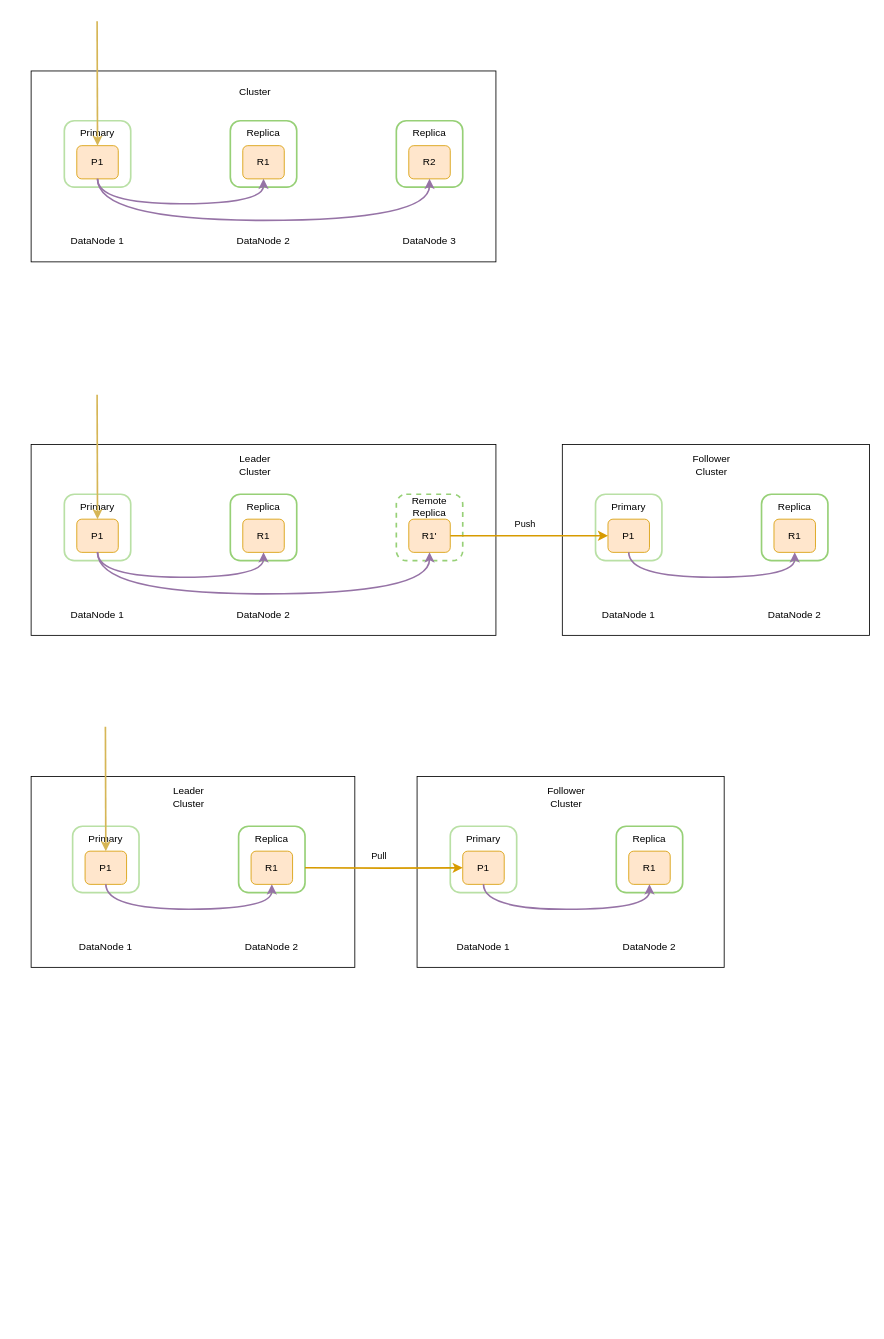
Earlier version of the draw.io diagram elasticsearch/raw/es_replicate1031.drawio (kingskipper/design). Source tidied: cells renumbered, new cells numbered last; positions are measured from the earlier drawing's top-left corner, leaving out a move shared by most shapes. Both pictures are drawn from the tidied source at 83%, with x=0, y=0 at pixel (31, 21).
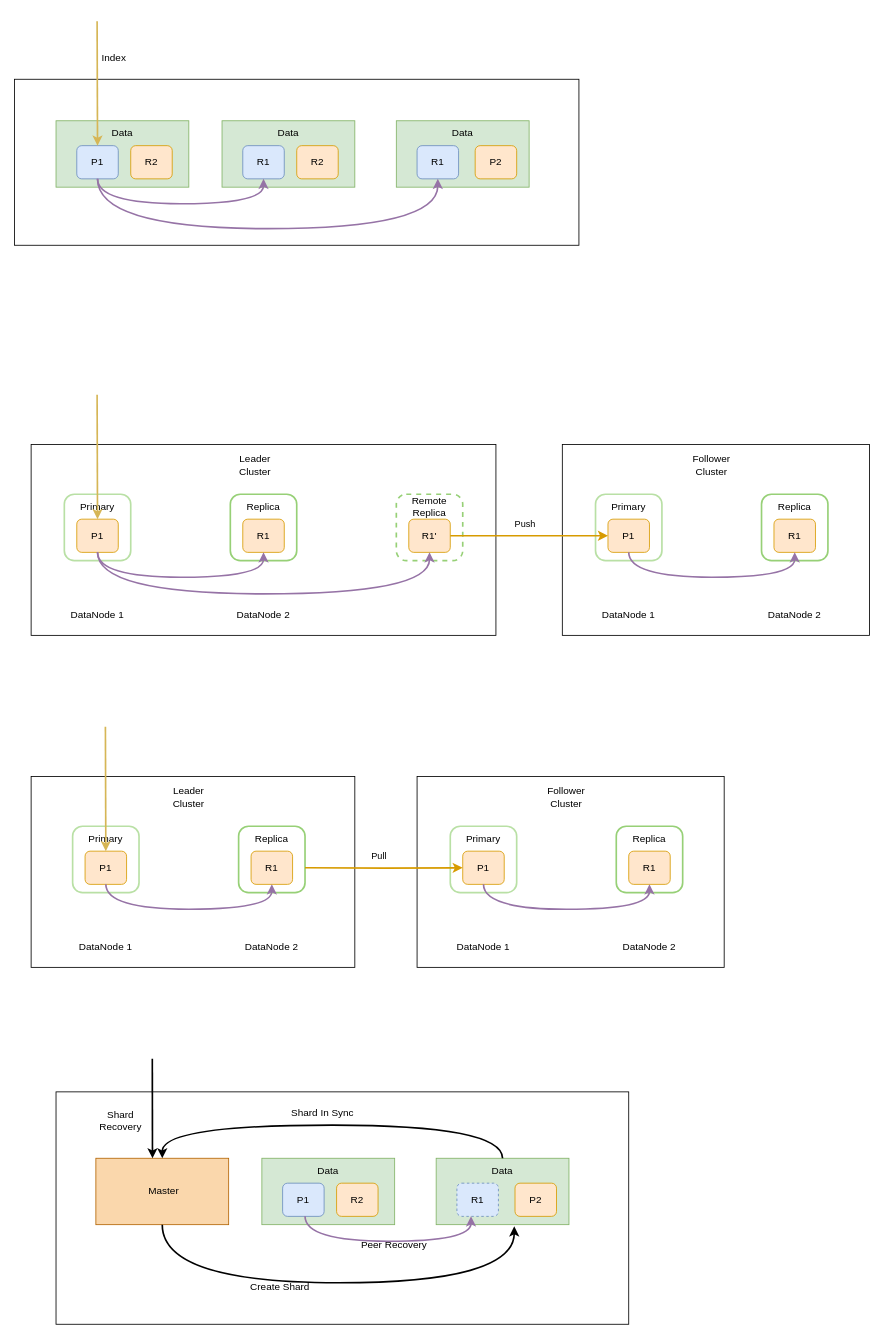
After the change.

What changed in the source:
```diff
@@
-    <mxCell id="2" style="rounded=0;whiteSpace=wrap;html=1;strokeWidth=1;" parent="1" vertex="1">
-      <mxGeometry y="60" width="560" height="230" as="geometry" />
-    </mxCell>
-    <mxCell id="3" style="whiteSpace=wrap;html=1;strokeWidth=2;strokeColor=#B9E0A5;rounded=1;" parent="1" vertex="1">
-      <mxGeometry x="40" y="120" width="80" height="80" as="geometry" />
-    </mxCell>
+    <mxCell id="73" style="rounded=0;whiteSpace=wrap;html=1;" parent="1" vertex="1">
+      <mxGeometry x="30" y="1290" width="690" height="280" as="geometry" />
+    </mxCell>
+    <mxCell id="74" style="rounded=0;whiteSpace=wrap;html=1;" parent="1" vertex="1">
+      <mxGeometry x="-20" y="70" width="680" height="200" as="geometry" />
+    </mxCell>
+    <mxCell id="75" style="rounded=0;whiteSpace=wrap;html=1;fillColor=#d5e8d4;strokeColor=#82b366;" parent="1" vertex="1">
+      <mxGeometry x="440" y="120" width="160" height="80" as="geometry" />
+    </mxCell>
+    <mxCell id="76" style="rounded=0;whiteSpace=wrap;html=1;fillColor=#d5e8d4;strokeColor=#82b366;" parent="1" vertex="1">
+      <mxGeometry x="230" y="120" width="160" height="80" as="geometry" />
+    </mxCell>
+    <mxCell id="77" style="rounded=0;whiteSpace=wrap;html=1;fillColor=#d5e8d4;strokeColor=#82b366;" parent="1" vertex="1">
+      <mxGeometry x="30" y="120" width="160" height="80" as="geometry" />
+    </mxCell>
-    <mxCell id="4" value="P1" style="rounded=1;whiteSpace=wrap;html=1;fillColor=#ffe6cc;strokeColor=#d79b00;" parent="1" vertex="1">
+    <mxCell id="4" value="P1" style="rounded=1;whiteSpace=wrap;html=1;fillColor=#dae8fc;strokeColor=#6c8ebf;" parent="1" vertex="1">
       <mxGeometry x="55" y="150" width="50" height="40" as="geometry" />
     </mxCell>
-    <mxCell id="5" value="Primary" style="text;html=1;strokeColor=none;fillColor=none;align=center;verticalAlign=middle;whiteSpace=wrap;rounded=0;" parent="1" vertex="1">
-      <mxGeometry x="50" y="120" width="60" height="30" as="geometry" />
-    </mxCell>
-    <mxCell id="6" style="whiteSpace=wrap;html=1;rounded=1;strokeWidth=2;strokeColor=#97D077;" parent="1" vertex="1">
-      <mxGeometry x="240" y="120" width="80" height="80" as="geometry" />
-    </mxCell>
-    <mxCell id="7" style="whiteSpace=wrap;html=1;strokeWidth=2;strokeColor=#97D077;rounded=1;" parent="1" vertex="1">
-      <mxGeometry x="440" y="120" width="80" height="80" as="geometry" />
-    </mxCell>
-    <mxCell id="8" value="Replica" style="text;html=1;strokeColor=none;fillColor=none;align=center;verticalAlign=middle;whiteSpace=wrap;rounded=0;" parent="1" vertex="1">
-      <mxGeometry x="250" y="120" width="60" height="30" as="geometry" />
-    </mxCell>
-    <mxCell id="9" value="Replica" style="text;html=1;strokeColor=none;fillColor=none;align=center;verticalAlign=middle;whiteSpace=wrap;rounded=0;" parent="1" vertex="1">
-      <mxGeometry x="450" y="120" width="60" height="30" as="geometry" />
-    </mxCell>
-    <mxCell id="10" value="R1" style="rounded=1;whiteSpace=wrap;html=1;fillColor=#ffe6cc;strokeColor=#d79b00;" parent="1" vertex="1">
+    <mxCell id="10" value="R1" style="rounded=1;whiteSpace=wrap;html=1;fillColor=#dae8fc;strokeColor=#6c8ebf;" parent="1" vertex="1">
       <mxGeometry x="255" y="150" width="50" height="40" as="geometry" />
     </mxCell>
-    <mxCell id="11" value="R2" style="rounded=1;whiteSpace=wrap;html=1;fillColor=#ffe6cc;strokeColor=#d79b00;" parent="1" vertex="1">
-      <mxGeometry x="455" y="150" width="50" height="40" as="geometry" />
+    <mxCell id="11" value="R1" style="rounded=1;whiteSpace=wrap;html=1;fillColor=#dae8fc;strokeColor=#6c8ebf;" parent="1" vertex="1">
+      <mxGeometry x="465" y="150" width="50" height="40" as="geometry" />
     </mxCell>
-    <mxCell id="12" style="endArrow=classic;html=1;rounded=0;entryX=0.5;entryY=1;entryDx=0;entryDy=0;fillColor=#fff2cc;strokeColor=#d6b656;strokeWidth=2;" parent="1" edge="1" target="5">
+    <mxCell id="12" style="endArrow=classic;html=1;rounded=0;entryX=0.5;entryY=1;entryDx=0;entryDy=0;fillColor=#fff2cc;strokeColor=#d6b656;strokeWidth=2;" parent="1" edge="1">
       <mxGeometry relative="1" as="geometry">
         <mxPoint x="79.5" as="sourcePoint" />
+        <mxPoint x="80" y="150" as="targetPoint" />
       </mxGeometry>
     </mxCell>
     <mxCell id="13" style="edgeStyle=orthogonalEdgeStyle;jettySize=auto;html=1;exitX=0.5;exitY=1;exitDx=0;exitDy=0;entryX=0.5;entryY=1;entryDx=0;entryDy=0;elbow=vertical;curved=1;fillColor=#e1d5e7;strokeColor=#9673a6;strokeWidth=2;" parent="1" edge="1" source="4" target="11">
       <mxGeometry relative="1" as="geometry">
         <Array as="points">
-          <mxPoint x="80" y="240" />
-          <mxPoint x="480" y="240" />
+          <mxPoint x="80" y="250" />
+          <mxPoint x="490" y="250" />
         </Array>
       </mxGeometry>
     </mxCell>
@@
-    <mxCell id="15" value="DataNode 1" style="text;html=1;strokeColor=none;fillColor=none;align=center;verticalAlign=middle;whiteSpace=wrap;rounded=0;strokeWidth=2;" parent="1" vertex="1">
-      <mxGeometry x="40" y="250" width="80" height="30" as="geometry" />
-    </mxCell>
-    <mxCell id="16" value="DataNode 2" style="text;html=1;strokeColor=none;fillColor=none;align=center;verticalAlign=middle;whiteSpace=wrap;rounded=0;strokeWidth=2;" parent="1" vertex="1">
-      <mxGeometry x="240" y="250" width="80" height="30" as="geometry" />
-    </mxCell>
-    <mxCell id="17" value="DataNode 3" style="text;html=1;strokeColor=none;fillColor=none;align=center;verticalAlign=middle;whiteSpace=wrap;rounded=0;strokeWidth=2;" parent="1" vertex="1">
-      <mxGeometry x="440" y="250" width="80" height="30" as="geometry" />
-    </mxCell>
-    <mxCell id="18" value="Cluster" style="text;html=1;strokeColor=none;fillColor=none;align=center;verticalAlign=middle;whiteSpace=wrap;rounded=0;strokeWidth=2;" parent="1" vertex="1">
-      <mxGeometry x="240" y="70" width="60" height="30" as="geometry" />
-    </mxCell>
@@
+    <mxCell id="78" value="R2" style="rounded=1;whiteSpace=wrap;html=1;fillColor=#ffe6cc;strokeColor=#d79b00;" parent="1" vertex="1">
+      <mxGeometry x="120" y="150" width="50" height="40" as="geometry" />
+    </mxCell>
+    <mxCell id="79" value="R2" style="rounded=1;whiteSpace=wrap;html=1;fillColor=#ffe6cc;strokeColor=#d79b00;" parent="1" vertex="1">
+      <mxGeometry x="320" y="150" width="50" height="40" as="geometry" />
+    </mxCell>
+    <mxCell id="80" value="P2" style="rounded=1;whiteSpace=wrap;html=1;fillColor=#ffe6cc;strokeColor=#d79b00;" parent="1" vertex="1">
+      <mxGeometry x="535" y="150" width="50" height="40" as="geometry" />
+    </mxCell>
+    <mxCell id="81" value="Index" style="text;html=1;strokeColor=none;fillColor=none;align=center;verticalAlign=middle;whiteSpace=wrap;rounded=0;" parent="1" vertex="1">
+      <mxGeometry x="70" y="30" width="60" height="30" as="geometry" />
+    </mxCell>
+    <mxCell id="82" value="Data" style="text;html=1;strokeColor=none;fillColor=none;align=center;verticalAlign=middle;whiteSpace=wrap;rounded=0;" parent="1" vertex="1">
+      <mxGeometry x="80" y="120" width="60" height="30" as="geometry" />
+    </mxCell>
+    <mxCell id="83" value="Data" style="text;html=1;strokeColor=none;fillColor=none;align=center;verticalAlign=middle;whiteSpace=wrap;rounded=0;" parent="1" vertex="1">
+      <mxGeometry x="280" y="120" width="60" height="30" as="geometry" />
+    </mxCell>
+    <mxCell id="84" value="Data" style="text;html=1;strokeColor=none;fillColor=none;align=center;verticalAlign=middle;whiteSpace=wrap;rounded=0;" parent="1" vertex="1">
+      <mxGeometry x="490" y="120" width="60" height="30" as="geometry" />
+    </mxCell>
+    <mxCell id="85" style="rounded=0;whiteSpace=wrap;html=1;fillColor=#d5e8d4;strokeColor=#82b366;" parent="1" vertex="1">
+      <mxGeometry x="488" y="1370" width="160" height="80" as="geometry" />
+    </mxCell>
+    <mxCell id="86" style="rounded=0;whiteSpace=wrap;html=1;fillColor=#d5e8d4;strokeColor=#82b366;" parent="1" vertex="1">
+      <mxGeometry x="278" y="1370" width="160" height="80" as="geometry" />
+    </mxCell>
+    <mxCell id="87" style="rounded=0;whiteSpace=wrap;html=1;fillColor=#fad7ac;strokeColor=#b46504;" parent="1" vertex="1">
+      <mxGeometry x="78" y="1370" width="160" height="80" as="geometry" />
+    </mxCell>
+    <mxCell id="88" value="P1" style="rounded=1;whiteSpace=wrap;html=1;fillColor=#dae8fc;strokeColor=#6c8ebf;" parent="1" vertex="1">
+      <mxGeometry x="303" y="1400" width="50" height="40" as="geometry" />
+    </mxCell>
+    <mxCell id="89" value="R1" style="rounded=1;whiteSpace=wrap;html=1;fillColor=#dae8fc;strokeColor=#6c8ebf;dashed=1;" parent="1" vertex="1">
+      <mxGeometry x="513" y="1400" width="50" height="40" as="geometry" />
+    </mxCell>
+    <mxCell id="90" style="endArrow=classic;html=1;rounded=0;fillColor=#fff2cc;strokeColor=#000000;strokeWidth=2;" parent="1" edge="1">
+      <mxGeometry relative="1" as="geometry">
+        <mxPoint x="146" y="1250" as="sourcePoint" />
+        <mxPoint x="146.2" y="1370" as="targetPoint" />
+      </mxGeometry>
+    </mxCell>
+    <mxCell id="91" style="edgeStyle=orthogonalEdgeStyle;jettySize=auto;html=1;exitX=0.5;exitY=1;exitDx=0;exitDy=0;elbow=vertical;fillColor=#e1d5e7;strokeColor=#000000;strokeWidth=2;entryX=0.588;entryY=1.025;entryDx=0;entryDy=0;entryPerimeter=0;curved=1;" parent="1" edge="1" source="87" target="85">
+      <mxGeometry relative="1" as="geometry">
+        <Array as="points">
+          <mxPoint x="158" y="1520" />
+          <mxPoint x="582" y="1520" />
+        </Array>
+      </mxGeometry>
+    </mxCell>
+    <mxCell id="92" value="R2" style="rounded=1;whiteSpace=wrap;html=1;fillColor=#ffe6cc;strokeColor=#d79b00;" parent="1" vertex="1">
+      <mxGeometry x="368" y="1400" width="50" height="40" as="geometry" />
+    </mxCell>
+    <mxCell id="93" value="P2" style="rounded=1;whiteSpace=wrap;html=1;fillColor=#ffe6cc;strokeColor=#d79b00;" parent="1" vertex="1">
+      <mxGeometry x="583" y="1400" width="50" height="40" as="geometry" />
+    </mxCell>
+    <mxCell id="94" value="Shard Recovery" style="text;html=1;strokeColor=none;fillColor=none;align=center;verticalAlign=middle;whiteSpace=wrap;rounded=0;" parent="1" vertex="1">
+      <mxGeometry x="78" y="1310" width="60" height="30" as="geometry" />
+    </mxCell>
+    <mxCell id="95" value="Master" style="text;html=1;strokeColor=none;fillColor=none;align=center;verticalAlign=middle;whiteSpace=wrap;rounded=0;" parent="1" vertex="1">
+      <mxGeometry x="130" y="1395" width="60" height="30" as="geometry" />
+    </mxCell>
+    <mxCell id="96" value="Data" style="text;html=1;strokeColor=none;fillColor=none;align=center;verticalAlign=middle;whiteSpace=wrap;rounded=0;" parent="1" vertex="1">
+      <mxGeometry x="328" y="1370" width="60" height="30" as="geometry" />
+    </mxCell>
+    <mxCell id="97" style="edgeStyle=orthogonalEdgeStyle;curved=1;rounded=0;jettySize=auto;html=1;exitX=0.5;exitY=0;exitDx=0;exitDy=0;entryX=0.5;entryY=0;entryDx=0;entryDy=0;strokeColor=#000000;strokeWidth=2;" parent="1" edge="1" source="98" target="87">
+      <mxGeometry relative="1" as="geometry">
+        <Array as="points">
+          <mxPoint x="568" y="1330" />
+          <mxPoint x="158" y="1330" />
+        </Array>
+      </mxGeometry>
+    </mxCell>
+    <mxCell id="98" value="Data" style="text;html=1;strokeColor=none;fillColor=none;align=center;verticalAlign=middle;whiteSpace=wrap;rounded=0;" parent="1" vertex="1">
+      <mxGeometry x="538" y="1370" width="60" height="30" as="geometry" />
+    </mxCell>
+    <mxCell id="99" style="edgeStyle=orthogonalEdgeStyle;curved=1;orthogonalLoop=1;jettySize=auto;html=1;exitX=0.5;exitY=1;exitDx=0;exitDy=0;elbow=vertical;fillColor=#e1d5e7;strokeColor=#9673a6;strokeWidth=2;" parent="1" edge="1">
+      <mxGeometry relative="1" as="geometry">
+        <mxPoint x="330" y="1440" as="sourcePoint" />
+        <mxPoint x="530" y="1440" as="targetPoint" />
+        <Array as="points">
+          <mxPoint x="330" y="1470" />
+          <mxPoint x="530" y="1470" />
+        </Array>
+      </mxGeometry>
+    </mxCell>
+    <mxCell id="100" value="Create Shard" style="text;html=1;strokeColor=none;fillColor=none;align=center;verticalAlign=middle;whiteSpace=wrap;rounded=0;dashed=1;" parent="1" vertex="1">
+      <mxGeometry x="250" y="1510" width="100" height="30" as="geometry" />
+    </mxCell>
+    <mxCell id="101" value="Shard In Sync&amp;nbsp;" style="text;html=1;strokeColor=none;fillColor=none;align=center;verticalAlign=middle;whiteSpace=wrap;rounded=0;dashed=1;" parent="1" vertex="1">
+      <mxGeometry x="303" y="1300" width="100" height="30" as="geometry" />
+    </mxCell>
+    <mxCell id="102" value="Peer Recovery" style="text;html=1;strokeColor=none;fillColor=none;align=center;verticalAlign=middle;whiteSpace=wrap;rounded=0;dashed=1;" parent="1" vertex="1">
+      <mxGeometry x="390" y="1460" width="95" height="30" as="geometry" />
+    </mxCell>
```
